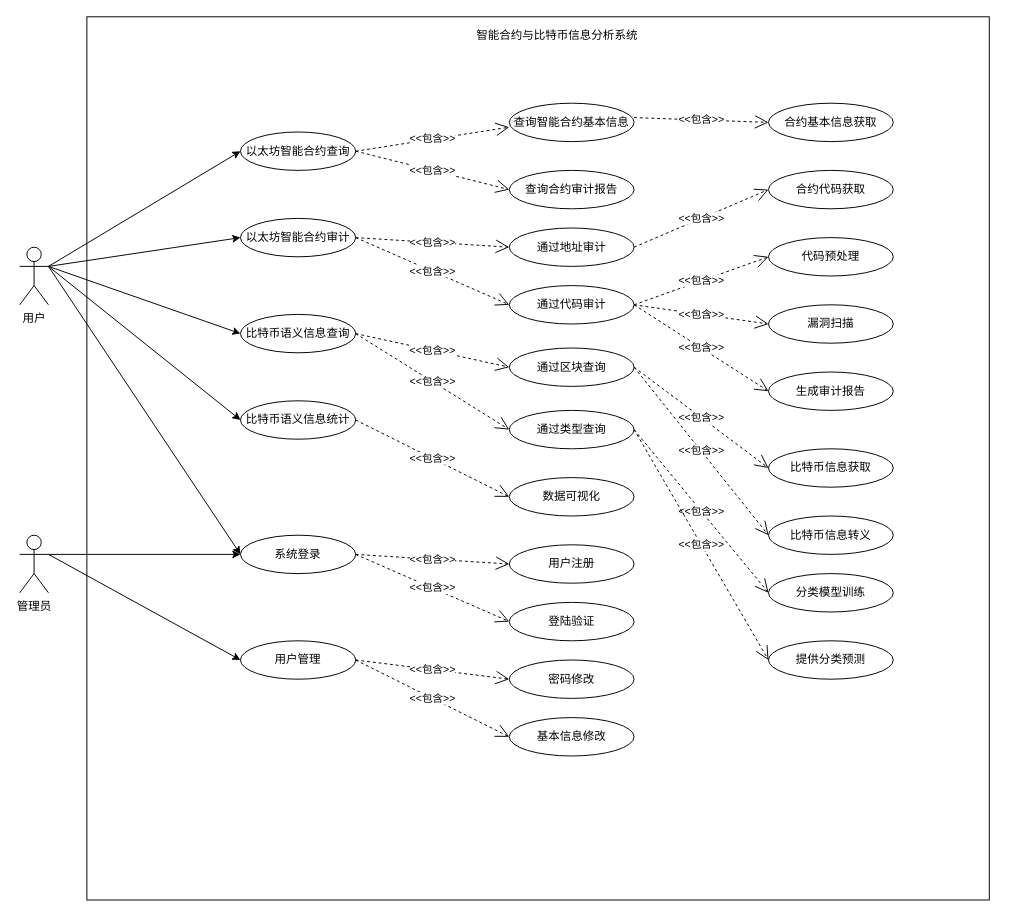
Earlier version of the draw.io diagram umlusecase.drawio (wang2gua/test). Source tidied: cells renumbered, new cells numbered last; positions are measured from the earlier drawing's top-left corner, leaving out a move shared by most shapes. Both pictures are drawn from the tidied source at 96%, with x=0, y=0 at pixel (19, 16).
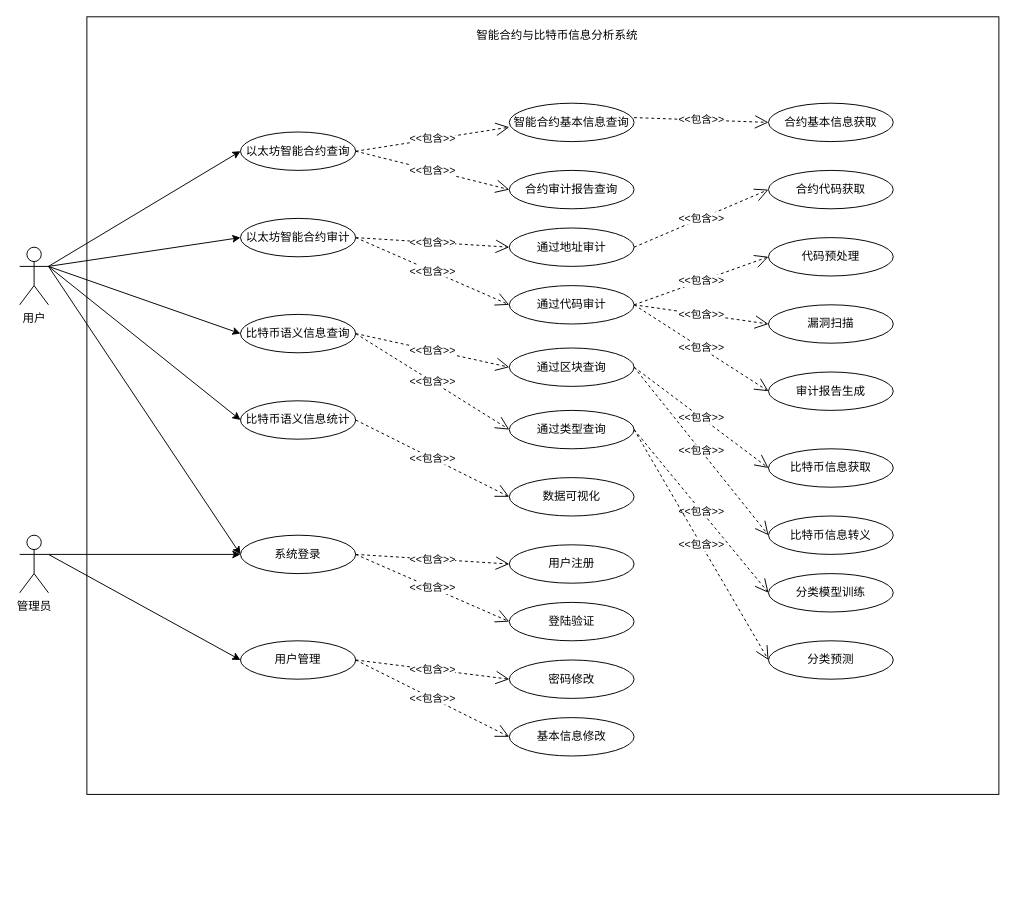
Above is the later version.

What changed in the source:
```diff
@@
     <mxCell id="2" style="rounded=0;whiteSpace=wrap;html=1;" parent="1" vertex="1">
-      <mxGeometry x="70" width="940" height="920" as="geometry" />
+      <mxGeometry x="70" width="950" height="810" as="geometry" />
     </mxCell>
@@
-    <mxCell id="10" value="查询智能合约基本信息" style="ellipse;whiteSpace=wrap;html=1;" parent="1" vertex="1">
+    <mxCell id="10" value="智能合约基本信息查询" style="ellipse;whiteSpace=wrap;html=1;" parent="1" vertex="1">
       <mxGeometry x="510" y="90" width="130" height="40" as="geometry" />
     </mxCell>
-    <mxCell id="11" value="查询合约审计报告" style="ellipse;whiteSpace=wrap;html=1;" parent="1" vertex="1">
+    <mxCell id="11" value="合约审计报告查询" style="ellipse;whiteSpace=wrap;html=1;" parent="1" vertex="1">
       <mxGeometry x="510" y="160" width="130" height="40" as="geometry" />
     </mxCell>
@@
-    <mxCell id="43" value="生成审计报告" style="ellipse;whiteSpace=wrap;html=1;" parent="1" vertex="1">
+    <mxCell id="43" value="审计报告生成" style="ellipse;whiteSpace=wrap;html=1;" parent="1" vertex="1">
       <mxGeometry x="780" y="370" width="130" height="40" as="geometry" />
     </mxCell>
@@
-    <mxCell id="47" value="提供分类预测" style="ellipse;whiteSpace=wrap;html=1;" parent="1" vertex="1">
+    <mxCell id="47" value="分类预测" style="ellipse;whiteSpace=wrap;html=1;" parent="1" vertex="1">
       <mxGeometry x="780" y="650" width="130" height="40" as="geometry" />
     </mxCell>
```
